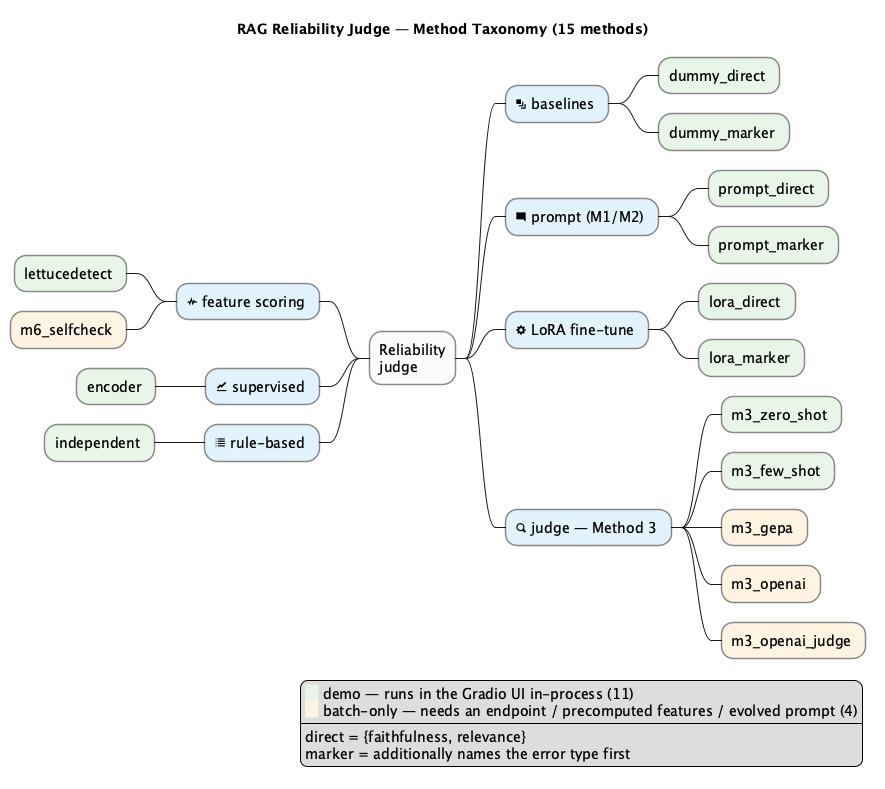
MurkaSelebry/rag-reliability keeps this PlantUML diagram as docs/diagrams/method-taxonomy.png. Above is the earlier version.
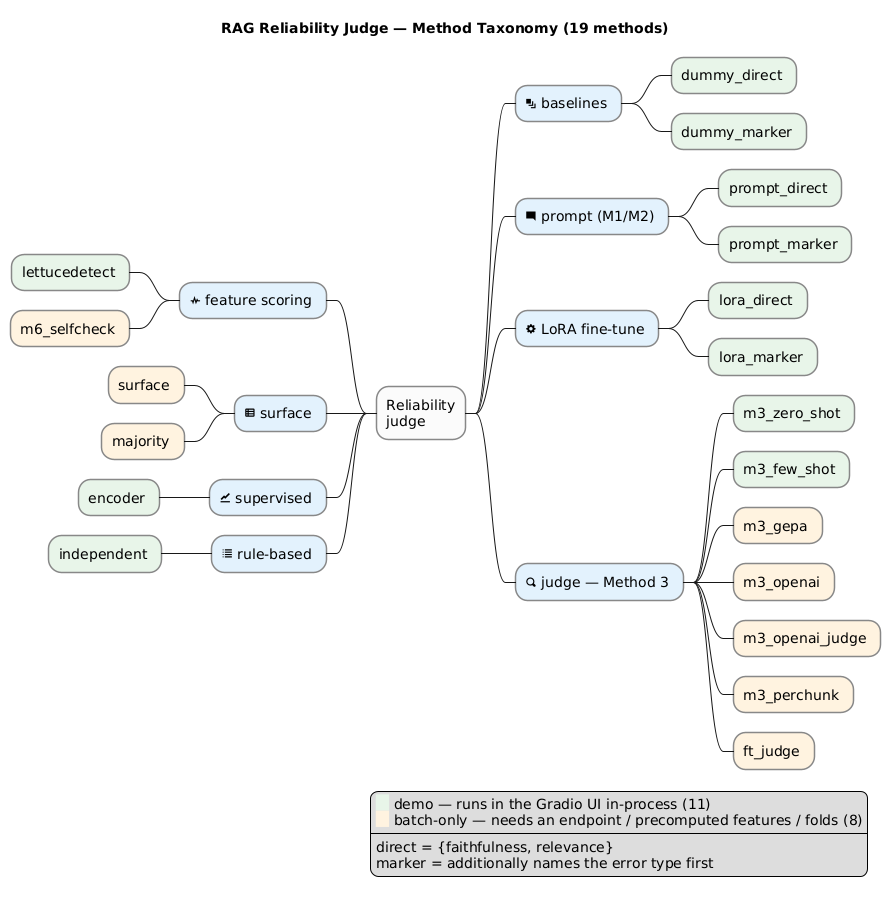
The same diagram one commit later.

Diff of the diagram source:
```diff
@@ -1,5 +1,5 @@
 @startmindmap method-taxonomy
-title RAG Reliability Judge — Method Taxonomy (15 methods)
+title RAG Reliability Judge — Method Taxonomy (19 methods)
 
 skinparam shadowing false
 <style>
@@ -30,10 +30,15 @@
 *** m3_gepa <<batch>>
 *** m3_openai <<batch>>
 *** m3_openai_judge <<batch>>
+*** m3_perchunk <<batch>>
+*** ft_judge <<batch>>
 left side
 ** <&pulse> feature scoring <<family>>
 *** lettucedetect <<demo>>
 *** m6_selfcheck <<batch>>
+** <&spreadsheet> surface <<family>>
+*** surface <<batch>>
+*** majority <<batch>>
 ** <&graph> supervised <<family>>
 *** encoder <<demo>>
 ** <&list> rule-based <<family>>
@@ -41,7 +46,7 @@
 
 legend right
   <back:#E8F5E9>   </back> demo — runs in the Gradio UI in-process (11)
-  <back:#FFF3E0>   </back> batch-only — needs an endpoint / precomputed features / evolved prompt (4)
+  <back:#FFF3E0>   </back> batch-only — needs an endpoint / precomputed features / folds (8)
   ----
   direct = {faithfulness, relevance}
   marker = additionally names the error type first
```
